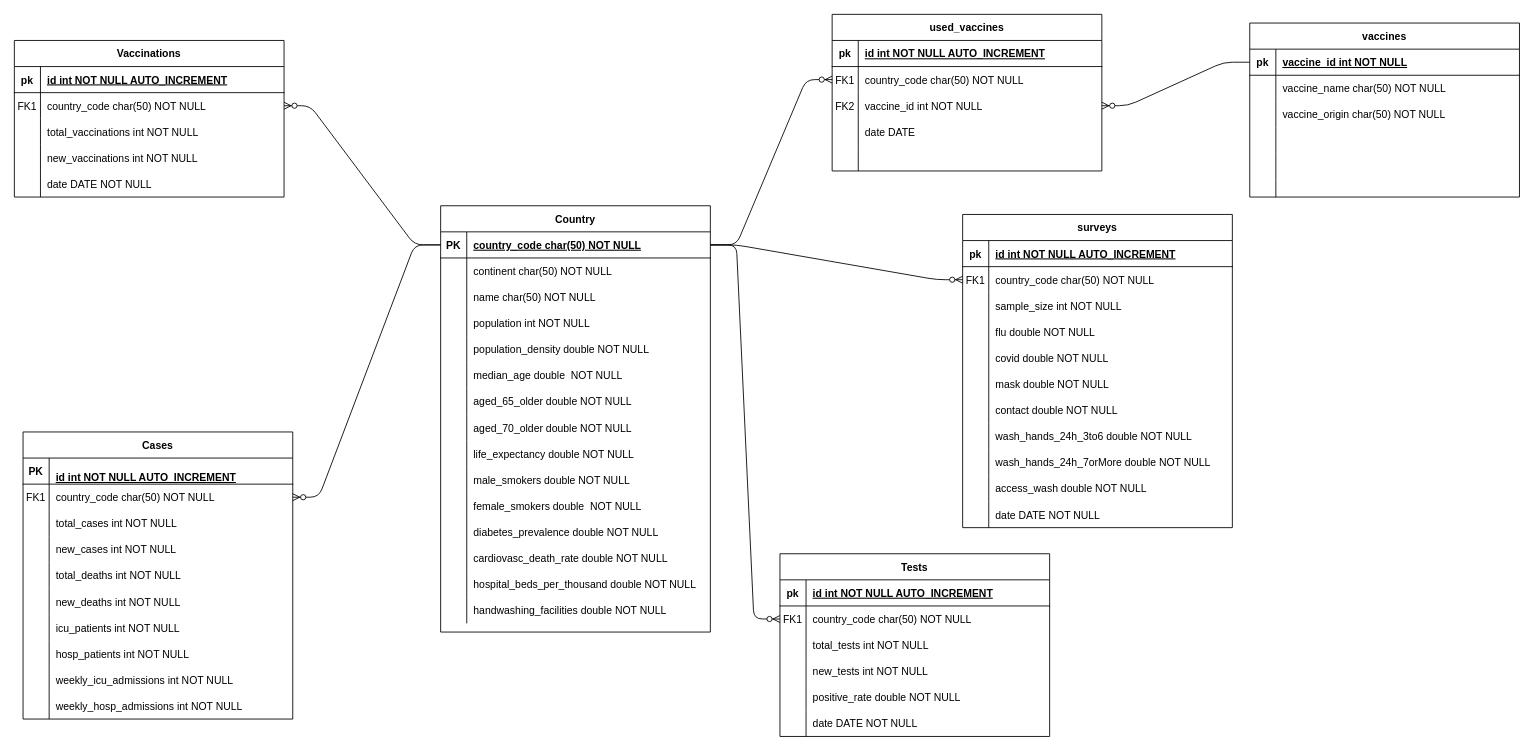
Earlier version of the draw.io diagram bda/Untitled Diagram.drawio (elhadjhamlaoui/bda). Source tidied: cells renumbered, new cells numbered last; positions are measured from the earlier drawing's top-left corner, leaving out a move shared by most shapes. Both pictures are drawn from the tidied source at 87%, with x=0, y=0 at pixel (14, 14).
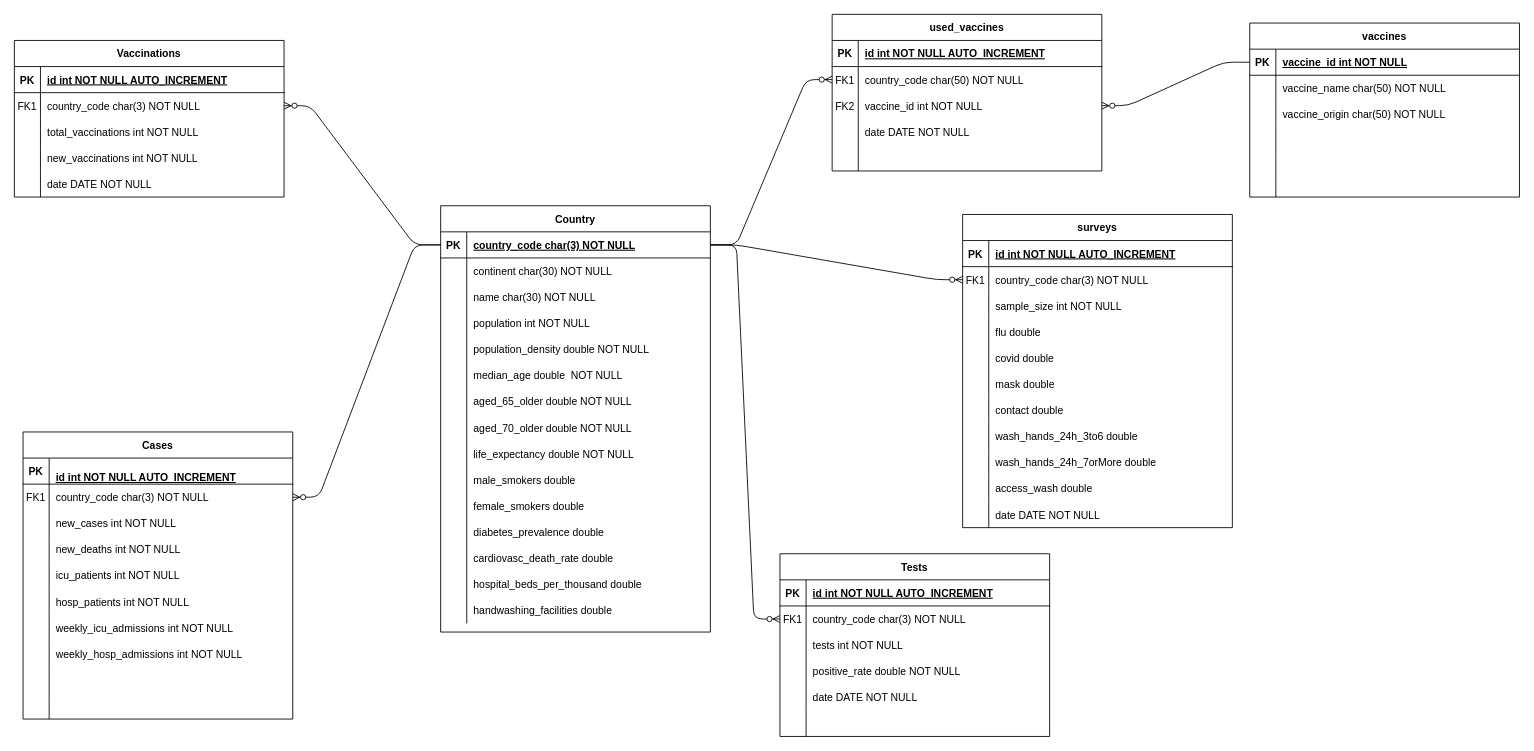
The same page after the edit.

The change refers to these unchanged cells:
```xml
<mxCell id="3" style="shape=partialRectangle;fillColor=none;points=[[0,0.5],[1,0.5]];portConstraint=eastwest;top=0;left=0;right=0;bottom=1;" parent="2" vertex="1">
<mxCell id="6" style="shape=partialRectangle;fillColor=none;top=0;left=0;right=0;bottom=0;" parent="2" vertex="1">
<mxCell id="9" style="shape=partialRectangle;fillColor=none;top=0;left=0;bottom=0;right=0;" parent="2" vertex="1">
<mxCell id="30" style="shape=partialRectangle;fillColor=none;top=0;left=0;bottom=0;right=0;" parent="2" vertex="1">
<mxCell id="33" style="shape=partialRectangle;fillColor=none;top=0;left=0;bottom=0;right=0;" parent="2" vertex="1">
<mxCell id="36" style="shape=partialRectangle;fillColor=none;top=0;left=0;bottom=0;right=0;" parent="2" vertex="1">
<mxCell id="39" style="shape=partialRectangle;fillColor=none;top=0;left=0;bottom=0;right=0;" parent="2" vertex="1">
<mxCell id="42" style="shape=partialRectangle;fillColor=none;top=0;left=0;bottom=0;right=0;" parent="2" vertex="1">
<mxCell id="45" style="shape=partialRectangle;fillColor=none;top=0;left=0;bottom=0;right=0;" parent="2" vertex="1">
<mxCell id="48" value="Cases" style="shape=table;startSize=30;childLayout=tableLayout;rowLines=0;fontStyle=1;align=center;" parent="1" vertex="1">
<mxCell id="52" style="shape=partialRectangle;fillColor=none;top=0;left=0;bottom=0;right=0;points=[[0,0.5],[1,0.5]];portConstraint=eastwest;" parent="48" vertex="1">
<mxCell id="79" value="Tests" style="shape=table;startSize=30;childLayout=tableLayout;rowLines=0;fontStyle=1;align=center;" parent="1" vertex="1">
<mxCell id="80" style="shape=partialRectangle;fillColor=none;top=0;left=0;right=0;bottom=1;" parent="79" vertex="1">
<mxCell id="83" style="shape=partialRectangle;fillColor=none;top=0;left=0;bottom=0;right=0;points=[[0,0.5],[1,0.5]];portConstraint=eastwest;" parent="79" vertex="1">
<mxCell id="99" style="shape=partialRectangle;fillColor=none;top=0;left=0;right=0;bottom=1;" parent="98" vertex="1">
<mxCell id="102" style="shape=partialRectangle;fillColor=none;top=0;left=0;bottom=0;right=0;points=[[0,0.5],[1,0.5]];portConstraint=eastwest;" parent="98" vertex="1">
<mxCell id="115" style="shape=partialRectangle;fillColor=none;top=0;left=0;right=0;bottom=1;" parent="114" vertex="1">
<mxCell id="124" style="shape=partialRectangle;fillColor=none;top=0;left=0;bottom=0;right=0;" parent="114" vertex="1">
<mxCell id="131" style="shape=partialRectangle;fillColor=none;points=[[0,0.5],[1,0.5]];portConstraint=eastwest;top=0;left=0;right=0;bottom=1;" parent="130" vertex="1">
<mxCell id="155" style="shape=partialRectangle;fillColor=none;top=0;left=0;right=0;bottom=1;" parent="154" vertex="1">
<mxCell id="158" style="shape=partialRectangle;fillColor=none;top=0;left=0;bottom=0;right=0;points=[[0,0.5],[1,0.5]];portConstraint=eastwest;" parent="154" vertex="1">
<mxCell id="164" style="shape=partialRectangle;fillColor=none;top=0;left=0;bottom=0;right=0;" parent="154" vertex="1">
<mxCell id="167" style="shape=partialRectangle;fillColor=none;top=0;left=0;bottom=0;right=0;" parent="154" vertex="1">
<mxCell id="170" style="shape=partialRectangle;fillColor=none;top=0;left=0;bottom=0;right=0;" parent="154" vertex="1">
<mxCell id="173" style="shape=partialRectangle;fillColor=none;top=0;left=0;bottom=0;right=0;" parent="154" vertex="1">
<mxCell id="176" style="shape=partialRectangle;fillColor=none;top=0;left=0;bottom=0;right=0;" parent="154" vertex="1">
<mxCell id="179" style="shape=partialRectangle;fillColor=none;top=0;left=0;bottom=0;right=0;" parent="154" vertex="1">
<mxCell id="182" style="shape=partialRectangle;fillColor=none;top=0;left=0;bottom=0;right=0;" parent="154" vertex="1">
```

What changed in the source:
```diff
@@
-    <mxCell id="5" value="country_code char(50) NOT NULL" style="shape=partialRectangle;overflow=hidden;fillColor=none;top=0;left=0;bottom=0;right=0;align=left;spacingLeft=6;fontStyle=5;" parent="3" vertex="1">
+    <mxCell id="5" value="country_code char(3) NOT NULL" style="shape=partialRectangle;overflow=hidden;fillColor=none;top=0;left=0;bottom=0;right=0;align=left;spacingLeft=6;fontStyle=5;" parent="3" vertex="1">
       <mxGeometry x="30" width="280" height="30" as="geometry" />
     </mxCell>
@@
-    <mxCell id="8" value="continent char(50) NOT NULL" style="shape=partialRectangle;overflow=hidden;fillColor=none;top=0;left=0;bottom=0;right=0;align=left;spacingLeft=6;" parent="6" vertex="1">
+    <mxCell id="8" value="continent char(30) NOT NULL" style="shape=partialRectangle;overflow=hidden;fillColor=none;top=0;left=0;bottom=0;right=0;align=left;spacingLeft=6;" parent="6" vertex="1">
       <mxGeometry x="30" width="280" height="30" as="geometry" />
     </mxCell>
@@
-    <mxCell id="11" value="name char(50) NOT NULL" style="shape=partialRectangle;fillColor=none;top=0;left=0;bottom=0;right=0;align=left;spacingLeft=6;overflow=hidden;" parent="9" vertex="1">
+    <mxCell id="11" value="name char(30) NOT NULL" style="shape=partialRectangle;fillColor=none;top=0;left=0;bottom=0;right=0;align=left;spacingLeft=6;overflow=hidden;" parent="9" vertex="1">
       <mxGeometry x="30" width="280" height="30" as="geometry" />
     </mxCell>
@@
-    <mxCell id="32" value="male_smokers double NOT NULL" style="shape=partialRectangle;fillColor=none;top=0;left=0;bottom=0;right=0;align=left;spacingLeft=6;overflow=hidden;" parent="30" vertex="1">
+    <mxCell id="32" value="male_smokers double" style="shape=partialRectangle;fillColor=none;top=0;left=0;bottom=0;right=0;align=left;spacingLeft=6;overflow=hidden;" parent="30" vertex="1">
       <mxGeometry x="30" width="280" height="30" as="geometry" />
     </mxCell>
@@
-    <mxCell id="35" value="female_smokers double  NOT NULL" style="shape=partialRectangle;fillColor=none;top=0;left=0;bottom=0;right=0;align=left;spacingLeft=6;overflow=hidden;" parent="33" vertex="1">
+    <mxCell id="35" value="female_smokers double" style="shape=partialRectangle;fillColor=none;top=0;left=0;bottom=0;right=0;align=left;spacingLeft=6;overflow=hidden;" parent="33" vertex="1">
       <mxGeometry x="30" width="280" height="30" as="geometry" />
     </mxCell>
@@
-    <mxCell id="38" value="diabetes_prevalence double NOT NULL" style="shape=partialRectangle;fillColor=none;top=0;left=0;bottom=0;right=0;align=left;spacingLeft=6;overflow=hidden;" parent="36" vertex="1">
+    <mxCell id="38" value="diabetes_prevalence double" style="shape=partialRectangle;fillColor=none;top=0;left=0;bottom=0;right=0;align=left;spacingLeft=6;overflow=hidden;" parent="36" vertex="1">
       <mxGeometry x="30" width="280" height="30" as="geometry" />
     </mxCell>
@@
-    <mxCell id="41" value="cardiovasc_death_rate double NOT NULL" style="shape=partialRectangle;fillColor=none;top=0;left=0;bottom=0;right=0;align=left;spacingLeft=6;overflow=hidden;" parent="39" vertex="1">
+    <mxCell id="41" value="cardiovasc_death_rate double" style="shape=partialRectangle;fillColor=none;top=0;left=0;bottom=0;right=0;align=left;spacingLeft=6;overflow=hidden;" parent="39" vertex="1">
       <mxGeometry x="30" width="280" height="30" as="geometry" />
     </mxCell>
@@
-    <mxCell id="44" value="hospital_beds_per_thousand double NOT NULL" style="shape=partialRectangle;fillColor=none;top=0;left=0;bottom=0;right=0;align=left;spacingLeft=6;overflow=hidden;" parent="42" vertex="1">
+    <mxCell id="44" value="hospital_beds_per_thousand double" style="shape=partialRectangle;fillColor=none;top=0;left=0;bottom=0;right=0;align=left;spacingLeft=6;overflow=hidden;" parent="42" vertex="1">
       <mxGeometry x="30" width="280" height="30" as="geometry" />
     </mxCell>
@@
-    <mxCell id="47" value="handwashing_facilities double NOT NULL" style="shape=partialRectangle;fillColor=none;top=0;left=0;bottom=0;right=0;align=left;spacingLeft=6;overflow=hidden;" parent="45" vertex="1">
+    <mxCell id="47" value="handwashing_facilities double" style="shape=partialRectangle;fillColor=none;top=0;left=0;bottom=0;right=0;align=left;spacingLeft=6;overflow=hidden;" parent="45" vertex="1">
       <mxGeometry x="30" width="280" height="30" as="geometry" />
     </mxCell>
@@
-    <mxCell id="54" value="country_code char(50) NOT NULL" style="shape=partialRectangle;fillColor=none;top=0;left=0;bottom=0;right=0;align=left;spacingLeft=6;overflow=hidden;" parent="52" vertex="1">
+    <mxCell id="54" value="country_code char(3) NOT NULL" style="shape=partialRectangle;fillColor=none;top=0;left=0;bottom=0;right=0;align=left;spacingLeft=6;overflow=hidden;" parent="52" vertex="1">
       <mxGeometry x="30" width="280" height="30" as="geometry" />
     </mxCell>
-    <mxCell id="55" style="shape=partialRectangle;fillColor=none;top=0;left=0;right=0;bottom=0;" parent="48" vertex="1">
-      <mxGeometry y="90" width="310" height="30" as="geometry" />
-    </mxCell>
-    <mxCell id="56" style="shape=partialRectangle;overflow=hidden;fillColor=none;top=0;left=0;bottom=0;right=0;" parent="55" vertex="1">
-      <mxGeometry width="30" height="30" as="geometry" />
-    </mxCell>
-    <mxCell id="57" value="total_cases int NOT NULL" style="shape=partialRectangle;overflow=hidden;fillColor=none;top=0;left=0;bottom=0;right=0;align=left;spacingLeft=6;" parent="55" vertex="1">
-      <mxGeometry x="30" width="280" height="30" as="geometry" />
-    </mxCell>
     <mxCell id="58" style="shape=partialRectangle;fillColor=none;top=0;left=0;bottom=0;right=0;" parent="48" vertex="1">
-      <mxGeometry y="120" width="310" height="30" as="geometry" />
+      <mxGeometry y="90" width="310" height="30" as="geometry" />
     </mxCell>
@@
-    <mxCell id="61" style="shape=partialRectangle;fillColor=none;top=0;left=0;bottom=0;right=0;" parent="48" vertex="1">
-      <mxGeometry y="150" width="310" height="30" as="geometry" />
-    </mxCell>
-    <mxCell id="62" style="shape=partialRectangle;fillColor=none;top=0;left=0;bottom=0;right=0;overflow=hidden;" parent="61" vertex="1">
-      <mxGeometry width="30" height="30" as="geometry" />
-    </mxCell>
-    <mxCell id="63" value="total_deaths int NOT NULL" style="shape=partialRectangle;fillColor=none;top=0;left=0;bottom=0;right=0;align=left;spacingLeft=6;overflow=hidden;" parent="61" vertex="1">
-      <mxGeometry x="30" width="280" height="30" as="geometry" />
-    </mxCell>
     <mxCell id="64" style="shape=partialRectangle;fillColor=none;top=0;left=0;bottom=0;right=0;" parent="48" vertex="1">
-      <mxGeometry y="180" width="310" height="30" as="geometry" />
+      <mxGeometry y="120" width="310" height="30" as="geometry" />
     </mxCell>
@@
     <mxCell id="67" style="shape=partialRectangle;fillColor=none;top=0;left=0;bottom=0;right=0;" parent="48" vertex="1">
-      <mxGeometry y="210" width="310" height="30" as="geometry" />
+      <mxGeometry y="150" width="310" height="30" as="geometry" />
     </mxCell>
@@
     <mxCell id="70" style="shape=partialRectangle;fillColor=none;top=0;left=0;bottom=0;right=0;" parent="48" vertex="1">
-      <mxGeometry y="240" width="310" height="30" as="geometry" />
+      <mxGeometry y="180" width="310" height="30" as="geometry" />
     </mxCell>
@@
     <mxCell id="73" style="shape=partialRectangle;fillColor=none;top=0;left=0;bottom=0;right=0;" parent="48" vertex="1">
-      <mxGeometry y="270" width="310" height="30" as="geometry" />
+      <mxGeometry y="210" width="310" height="30" as="geometry" />
     </mxCell>
@@
     <mxCell id="76" style="shape=partialRectangle;fillColor=none;top=0;left=0;bottom=0;right=0;" parent="48" vertex="1">
-      <mxGeometry y="300" width="310" height="30" as="geometry" />
+      <mxGeometry y="240" width="310" height="30" as="geometry" />
     </mxCell>
@@
+    <mxCell id="55" style="shape=partialRectangle;fillColor=none;top=0;left=0;right=0;bottom=0;" parent="48" vertex="1">
+      <mxGeometry y="270" width="310" height="40" as="geometry" />
+    </mxCell>
+    <mxCell id="56" style="shape=partialRectangle;overflow=hidden;fillColor=none;top=0;left=0;bottom=0;right=0;" parent="55" vertex="1">
+      <mxGeometry width="30" height="40" as="geometry" />
+    </mxCell>
+    <mxCell id="57" style="shape=partialRectangle;overflow=hidden;fillColor=none;top=0;left=0;bottom=0;right=0;align=left;spacingLeft=6;" parent="55" vertex="1">
+      <mxGeometry x="30" width="280" height="40" as="geometry" />
+    </mxCell>
+    <mxCell id="61" style="shape=partialRectangle;fillColor=none;top=0;left=0;bottom=0;right=0;" parent="48" vertex="1">
+      <mxGeometry y="310" width="310" height="20" as="geometry" />
+    </mxCell>
+    <mxCell id="62" style="shape=partialRectangle;fillColor=none;top=0;left=0;bottom=0;right=0;overflow=hidden;" parent="61" vertex="1">
+      <mxGeometry width="30" height="20" as="geometry" />
+    </mxCell>
+    <mxCell id="63" style="shape=partialRectangle;fillColor=none;top=0;left=0;bottom=0;right=0;align=left;spacingLeft=6;overflow=hidden;" parent="61" vertex="1">
+      <mxGeometry x="30" width="280" height="20" as="geometry" />
+    </mxCell>
@@
-    <mxCell id="81" value="pk" style="shape=partialRectangle;overflow=hidden;fillColor=none;top=0;left=0;bottom=0;right=0;fontStyle=1;" parent="80" vertex="1">
+    <mxCell id="81" value="PK" style="shape=partialRectangle;overflow=hidden;fillColor=none;top=0;left=0;bottom=0;right=0;fontStyle=1;" parent="80" vertex="1">
       <mxGeometry width="30" height="30" as="geometry" />
     </mxCell>
@@
-    <mxCell id="85" value="country_code char(50) NOT NULL" style="shape=partialRectangle;fillColor=none;top=0;left=0;bottom=0;right=0;align=left;spacingLeft=6;overflow=hidden;" parent="83" vertex="1">
+    <mxCell id="85" value="country_code char(3) NOT NULL" style="shape=partialRectangle;fillColor=none;top=0;left=0;bottom=0;right=0;align=left;spacingLeft=6;overflow=hidden;" parent="83" vertex="1">
       <mxGeometry x="30" width="280" height="30" as="geometry" />
     </mxCell>
-    <mxCell id="86" style="shape=partialRectangle;fillColor=none;top=0;left=0;right=0;bottom=0;" parent="79" vertex="1">
-      <mxGeometry y="90" width="310" height="30" as="geometry" />
-    </mxCell>
-    <mxCell id="87" style="shape=partialRectangle;overflow=hidden;fillColor=none;top=0;left=0;bottom=0;right=0;" parent="86" vertex="1">
-      <mxGeometry width="30" height="30" as="geometry" />
-    </mxCell>
-    <mxCell id="88" value="total_tests int NOT NULL" style="shape=partialRectangle;overflow=hidden;fillColor=none;top=0;left=0;bottom=0;right=0;align=left;spacingLeft=6;" parent="86" vertex="1">
-      <mxGeometry x="30" width="280" height="30" as="geometry" />
-    </mxCell>
     <mxCell id="89" style="shape=partialRectangle;fillColor=none;top=0;left=0;bottom=0;right=0;" parent="79" vertex="1">
-      <mxGeometry y="120" width="310" height="30" as="geometry" />
+      <mxGeometry y="90" width="310" height="30" as="geometry" />
     </mxCell>
@@
-    <mxCell id="91" value="new_tests int NOT NULL" style="shape=partialRectangle;fillColor=none;top=0;left=0;bottom=0;right=0;align=left;spacingLeft=6;overflow=hidden;" parent="89" vertex="1">
+    <mxCell id="91" value="tests int NOT NULL" style="shape=partialRectangle;fillColor=none;top=0;left=0;bottom=0;right=0;align=left;spacingLeft=6;overflow=hidden;" parent="89" vertex="1">
       <mxGeometry x="30" width="280" height="30" as="geometry" />
     </mxCell>
     <mxCell id="92" style="shape=partialRectangle;fillColor=none;top=0;left=0;bottom=0;right=0;" parent="79" vertex="1">
-      <mxGeometry y="150" width="310" height="30" as="geometry" />
+      <mxGeometry y="120" width="310" height="30" as="geometry" />
     </mxCell>
@@
     <mxCell id="95" style="shape=partialRectangle;fillColor=none;top=0;left=0;bottom=0;right=0;" parent="79" vertex="1">
-      <mxGeometry y="180" width="310" height="30" as="geometry" />
+      <mxGeometry y="150" width="310" height="30" as="geometry" />
     </mxCell>
@@
+    <mxCell id="86" style="shape=partialRectangle;fillColor=none;top=0;left=0;right=0;bottom=0;" parent="79" vertex="1">
+      <mxGeometry y="180" width="310" height="30" as="geometry" />
+    </mxCell>
+    <mxCell id="87" style="shape=partialRectangle;overflow=hidden;fillColor=none;top=0;left=0;bottom=0;right=0;" parent="86" vertex="1">
+      <mxGeometry width="30" height="30" as="geometry" />
+    </mxCell>
+    <mxCell id="88" style="shape=partialRectangle;overflow=hidden;fillColor=none;top=0;left=0;bottom=0;right=0;align=left;spacingLeft=6;" parent="86" vertex="1">
+      <mxGeometry x="30" width="280" height="30" as="geometry" />
+    </mxCell>
@@
-    <mxCell id="100" value="pk" style="shape=partialRectangle;overflow=hidden;fillColor=none;top=0;left=0;bottom=0;right=0;fontStyle=1;" parent="99" vertex="1">
+    <mxCell id="100" value="PK" style="shape=partialRectangle;overflow=hidden;fillColor=none;top=0;left=0;bottom=0;right=0;fontStyle=1;" parent="99" vertex="1">
       <mxGeometry width="30" height="30" as="geometry" />
     </mxCell>
@@
-    <mxCell id="104" value="country_code char(50) NOT NULL" style="shape=partialRectangle;fillColor=none;top=0;left=0;bottom=0;right=0;align=left;spacingLeft=6;overflow=hidden;" parent="102" vertex="1">
+    <mxCell id="104" value="country_code char(3) NOT NULL" style="shape=partialRectangle;fillColor=none;top=0;left=0;bottom=0;right=0;align=left;spacingLeft=6;overflow=hidden;" parent="102" vertex="1">
       <mxGeometry x="30" width="280" height="30" as="geometry" />
     </mxCell>
@@
-    <mxCell id="116" value="pk" style="shape=partialRectangle;overflow=hidden;fillColor=none;top=0;left=0;bottom=0;right=0;fontStyle=1;" parent="115" vertex="1">
+    <mxCell id="116" value="PK" style="shape=partialRectangle;overflow=hidden;fillColor=none;top=0;left=0;bottom=0;right=0;fontStyle=1;" parent="115" vertex="1">
       <mxGeometry width="30" height="30" as="geometry" />
     </mxCell>
@@
-    <mxCell id="126" value="date DATE" style="shape=partialRectangle;fillColor=none;top=0;left=0;bottom=0;right=0;align=left;spacingLeft=6;overflow=hidden;" parent="124" vertex="1">
+    <mxCell id="126" value="date DATE NOT NULL" style="shape=partialRectangle;fillColor=none;top=0;left=0;bottom=0;right=0;align=left;spacingLeft=6;overflow=hidden;" parent="124" vertex="1">
       <mxGeometry x="30" width="280" height="30" as="geometry" />
     </mxCell>
@@
-    <mxCell id="132" value="pk" style="shape=partialRectangle;overflow=hidden;fillColor=none;top=0;left=0;bottom=0;right=0;fontStyle=1;" parent="131" vertex="1">
+    <mxCell id="132" value="PK" style="shape=partialRectangle;overflow=hidden;fillColor=none;top=0;left=0;bottom=0;right=0;fontStyle=1;" parent="131" vertex="1">
       <mxGeometry width="30" height="30" as="geometry" />
     </mxCell>
@@
-    <mxCell id="156" value="pk" style="shape=partialRectangle;overflow=hidden;fillColor=none;top=0;left=0;bottom=0;right=0;fontStyle=1;" parent="155" vertex="1">
+    <mxCell id="156" value="PK" style="shape=partialRectangle;overflow=hidden;fillColor=none;top=0;left=0;bottom=0;right=0;fontStyle=1;" parent="155" vertex="1">
       <mxGeometry width="30" height="30" as="geometry" />
     </mxCell>
@@
-    <mxCell id="160" value="country_code char(50) NOT NULL" style="shape=partialRectangle;fillColor=none;top=0;left=0;bottom=0;right=0;align=left;spacingLeft=6;overflow=hidden;" parent="158" vertex="1">
+    <mxCell id="160" value="country_code char(3) NOT NULL" style="shape=partialRectangle;fillColor=none;top=0;left=0;bottom=0;right=0;align=left;spacingLeft=6;overflow=hidden;" parent="158" vertex="1">
       <mxGeometry x="30" width="280" height="30" as="geometry" />
     </mxCell>
@@
-    <mxCell id="166" value="flu double NOT NULL" style="shape=partialRectangle;fillColor=none;top=0;left=0;bottom=0;right=0;align=left;spacingLeft=6;overflow=hidden;" parent="164" vertex="1">
+    <mxCell id="166" value="flu double" style="shape=partialRectangle;fillColor=none;top=0;left=0;bottom=0;right=0;align=left;spacingLeft=6;overflow=hidden;" parent="164" vertex="1">
       <mxGeometry x="30" width="280" height="30" as="geometry" />
     </mxCell>
@@
-    <mxCell id="169" value="covid double NOT NULL" style="shape=partialRectangle;fillColor=none;top=0;left=0;bottom=0;right=0;align=left;spacingLeft=6;overflow=hidden;" parent="167" vertex="1">
+    <mxCell id="169" value="covid double" style="shape=partialRectangle;fillColor=none;top=0;left=0;bottom=0;right=0;align=left;spacingLeft=6;overflow=hidden;" parent="167" vertex="1">
       <mxGeometry x="30" width="280" height="30" as="geometry" />
     </mxCell>
@@
-    <mxCell id="172" value="mask double NOT NULL" style="shape=partialRectangle;fillColor=none;top=0;left=0;bottom=0;right=0;align=left;spacingLeft=6;overflow=hidden;" parent="170" vertex="1">
+    <mxCell id="172" value="mask double" style="shape=partialRectangle;fillColor=none;top=0;left=0;bottom=0;right=0;align=left;spacingLeft=6;overflow=hidden;" parent="170" vertex="1">
       <mxGeometry x="30" width="280" height="30" as="geometry" />
     </mxCell>
@@
-    <mxCell id="175" value="contact double NOT NULL" style="shape=partialRectangle;fillColor=none;top=0;left=0;bottom=0;right=0;align=left;spacingLeft=6;overflow=hidden;" parent="173" vertex="1">
+    <mxCell id="175" value="contact double" style="shape=partialRectangle;fillColor=none;top=0;left=0;bottom=0;right=0;align=left;spacingLeft=6;overflow=hidden;" parent="173" vertex="1">
       <mxGeometry x="30" width="280" height="30" as="geometry" />
     </mxCell>
@@
-    <mxCell id="178" value="wash_hands_24h_3to6 double NOT NULL" style="shape=partialRectangle;fillColor=none;top=0;left=0;bottom=0;right=0;align=left;spacingLeft=6;overflow=hidden;" parent="176" vertex="1">
+    <mxCell id="178" value="wash_hands_24h_3to6 double" style="shape=partialRectangle;fillColor=none;top=0;left=0;bottom=0;right=0;align=left;spacingLeft=6;overflow=hidden;" parent="176" vertex="1">
       <mxGeometry x="30" width="280" height="30" as="geometry" />
     </mxCell>
@@
-    <mxCell id="181" value="wash_hands_24h_7orMore double NOT NULL" style="shape=partialRectangle;fillColor=none;top=0;left=0;bottom=0;right=0;align=left;spacingLeft=6;overflow=hidden;" parent="179" vertex="1">
+    <mxCell id="181" value="wash_hands_24h_7orMore double" style="shape=partialRectangle;fillColor=none;top=0;left=0;bottom=0;right=0;align=left;spacingLeft=6;overflow=hidden;" parent="179" vertex="1">
       <mxGeometry x="30" width="280" height="30" as="geometry" />
     </mxCell>
@@
-    <mxCell id="184" value="access_wash double NOT NULL" style="shape=partialRectangle;fillColor=none;top=0;left=0;bottom=0;right=0;align=left;spacingLeft=6;overflow=hidden;" parent="182" vertex="1">
+    <mxCell id="184" value="access_wash double" style="shape=partialRectangle;fillColor=none;top=0;left=0;bottom=0;right=0;align=left;spacingLeft=6;overflow=hidden;" parent="182" vertex="1">
       <mxGeometry x="30" width="280" height="30" as="geometry" />
     </mxCell>
```
